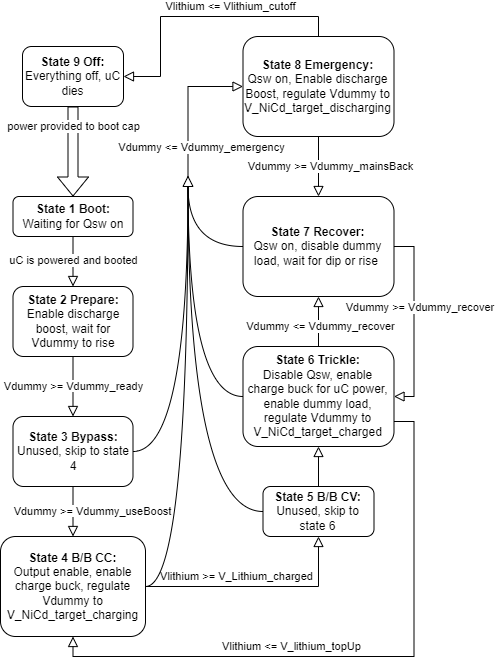
Above: 204IntefaceFlowchart.drawio.png in BStainthorpe/Flowcharts (draw.io), before the change. Source tidied: cells renumbered, new cells last; positions are measured from the earlier drawing's top-left corner, leaving out a move shared by most shapes. The source it was exported from:
```xml
<mxGraphModel>
  <root>
    <mxCell id="0" />
    <mxCell id="1" parent="0" />
    <mxCell id="2" style="rounded=0;html=1;jettySize=auto;fontSize=11;endArrow=block;endFill=0;endSize=8;strokeWidth=1;shadow=0;labelBackgroundColor=none;edgeStyle=orthogonalEdgeStyle;" parent="1" edge="1" source="4">
      <mxGeometry relative="1" as="geometry">
        <mxPoint x="72.5" y="270" as="targetPoint" />
      </mxGeometry>
    </mxCell>
    <mxCell id="3" value="uC is powered and booted" style="edgeLabel;html=1;align=center;verticalAlign=middle;" parent="2" vertex="1">
      <mxGeometry x="-0.07" y="1" relative="1" as="geometry">
        <mxPoint x="-1" as="offset" />
      </mxGeometry>
    </mxCell>
    <mxCell id="4" value="&lt;b&gt;State 1 Boot:&lt;/b&gt;&lt;div&gt;Waiting for Qsw on&lt;/div&gt;" style="rounded=1;whiteSpace=wrap;html=1;fontSize=12;glass=0;strokeWidth=1;shadow=0;" parent="1" vertex="1">
      <mxGeometry x="12.5" y="180" width="120" height="40" as="geometry" />
    </mxCell>
    <mxCell id="5" value="&lt;span style=&quot;background-color: rgb(255, 255, 255);&quot;&gt;Vdummy &amp;gt;= Vdummy_useBoost&lt;/span&gt;" style="rounded=0;html=1;jettySize=auto;fontSize=11;endArrow=block;endFill=0;endSize=8;strokeWidth=1;shadow=0;labelBackgroundColor=none;edgeStyle=orthogonalEdgeStyle;exitX=0.5;exitY=1;exitDx=0;exitDy=0;entryX=0.5;entryY=0;entryDx=0;entryDy=0;" parent="1" edge="1" source="8" target="9">
      <mxGeometry x="0.05" y="19" relative="1" as="geometry">
        <mxPoint y="-1" as="offset" />
      </mxGeometry>
    </mxCell>
    <mxCell id="6" value="&lt;span style=&quot;background-color: rgb(255, 255, 255);&quot;&gt;Vdummy &amp;gt;= Vdummy_ready&lt;/span&gt;" style="edgeStyle=orthogonalEdgeStyle;rounded=0;html=1;jettySize=auto;fontSize=11;endArrow=block;endFill=0;endSize=8;strokeWidth=1;shadow=0;labelBackgroundColor=none;entryX=0.5;entryY=0;entryDx=0;entryDy=0;exitX=0.5;exitY=1;exitDx=0;exitDy=0;" parent="1" edge="1" source="7" target="8">
      <mxGeometry relative="1" as="geometry" />
    </mxCell>
    <mxCell id="7" value="&lt;b&gt;State 2 Prepare:&lt;/b&gt;&lt;div&gt;Enable discharge boost, wait for Vdummy to rise&lt;/div&gt;" style="rounded=1;whiteSpace=wrap;html=1;fontSize=12;glass=0;strokeWidth=1;shadow=0;" parent="1" vertex="1">
      <mxGeometry x="12.5" y="270" width="120" height="70" as="geometry" />
    </mxCell>
    <mxCell id="8" value="&lt;b&gt;State 3 Bypass:&lt;/b&gt;&lt;div&gt;Unused, skip to state 4&lt;/div&gt;" style="rounded=1;whiteSpace=wrap;html=1;fontSize=12;glass=0;strokeWidth=1;shadow=0;" parent="1" vertex="1">
      <mxGeometry x="12.5" y="400" width="120" height="70" as="geometry" />
    </mxCell>
    <mxCell id="9" value="&lt;b&gt;State 4 B/B CC:&lt;/b&gt;&lt;div&gt;Output enable, enable charge buck, regulate Vdummy to V_NiCd_target_charging&lt;/div&gt;" style="rounded=1;whiteSpace=wrap;html=1;fontSize=12;glass=0;strokeWidth=1;shadow=0;" parent="1" vertex="1">
      <mxGeometry y="520" width="145" height="100" as="geometry" />
    </mxCell>
    <mxCell id="10" value="&lt;b&gt;State 5 B/B CV:&lt;/b&gt;&lt;div&gt;Unused, skip to state 6&lt;/div&gt;" style="rounded=1;whiteSpace=wrap;html=1;fontSize=12;glass=0;strokeWidth=1;shadow=0;" parent="1" vertex="1">
      <mxGeometry x="262.5" y="470" width="111" height="50" as="geometry" />
    </mxCell>
    <mxCell id="11" value="&lt;span style=&quot;background-color: rgb(255, 255, 255);&quot;&gt;Vlithium &amp;gt;= V_Lithium_charged&lt;/span&gt;" style="rounded=0;html=1;jettySize=auto;fontSize=11;endArrow=block;endFill=0;endSize=8;strokeWidth=1;shadow=0;labelBackgroundColor=none;edgeStyle=orthogonalEdgeStyle;exitX=1;exitY=0.5;exitDx=0;exitDy=0;entryX=0.5;entryY=1;entryDx=0;entryDy=0;" parent="1" edge="1" source="9" target="10">
      <mxGeometry x="-0.18" y="10" relative="1" as="geometry" />
    </mxCell>
    <mxCell id="12" value="&lt;b&gt;State 6 Trickle:&lt;/b&gt;&lt;div&gt;Disable Qsw, enable charge buck for uC power, enable dummy load, regulate Vdummy to V_NiCd_target_charged&lt;/div&gt;" style="rounded=1;whiteSpace=wrap;html=1;fontSize=12;glass=0;strokeWidth=1;shadow=0;" parent="1" vertex="1">
      <mxGeometry x="242.5" y="330" width="151" height="100" as="geometry" />
    </mxCell>
    <mxCell id="13" style="rounded=0;html=1;jettySize=auto;fontSize=11;endArrow=block;endFill=0;endSize=8;strokeWidth=1;shadow=0;labelBackgroundColor=none;edgeStyle=orthogonalEdgeStyle;exitX=0.5;exitY=0;exitDx=0;exitDy=0;entryX=0.5;entryY=1;entryDx=0;entryDy=0;" parent="1" edge="1" source="10" target="12">
      <mxGeometry x="0.04" y="20" relative="1" as="geometry" />
    </mxCell>
    <mxCell id="14" value="&lt;b&gt;State 7 Recover:&lt;/b&gt;&lt;div&gt;Qsw on, disable dummy load, wait for dip or rise&amp;nbsp;&lt;/div&gt;" style="rounded=1;whiteSpace=wrap;html=1;fontSize=12;glass=0;strokeWidth=1;shadow=0;" parent="1" vertex="1">
      <mxGeometry x="242.5" y="180" width="151" height="100" as="geometry" />
    </mxCell>
    <mxCell id="15" style="triangle;whiteSpace=wrap;html=1;rotation=-90;" parent="1" vertex="1">
      <mxGeometry x="182.5" y="160" width="10" height="10" as="geometry" />
    </mxCell>
    <mxCell id="16" style="edgeStyle=orthogonalEdgeStyle;rounded=0;html=1;jettySize=auto;fontSize=11;endArrow=none;endFill=0;strokeWidth=1;shadow=0;labelBackgroundColor=none;entryX=0;entryY=0.5;entryDx=0;entryDy=0;exitX=1;exitY=0.5;exitDx=0;exitDy=0;curved=1;" parent="1" edge="1" source="8" target="15">
      <mxGeometry relative="1" as="geometry" />
    </mxCell>
    <mxCell id="17" style="edgeStyle=orthogonalEdgeStyle;rounded=0;html=1;jettySize=auto;fontSize=11;endArrow=none;endFill=0;strokeWidth=1;shadow=0;labelBackgroundColor=none;exitX=1;exitY=0.5;exitDx=0;exitDy=0;curved=1;entryX=0;entryY=0.5;entryDx=0;entryDy=0;" parent="1" edge="1" source="9" target="15">
      <mxGeometry relative="1" as="geometry" />
    </mxCell>
    <mxCell id="18" style="edgeStyle=orthogonalEdgeStyle;rounded=0;html=1;jettySize=auto;fontSize=11;endArrow=none;endFill=0;strokeWidth=1;shadow=0;labelBackgroundColor=none;exitX=0;exitY=0.5;exitDx=0;exitDy=0;curved=1;entryX=0;entryY=0.5;entryDx=0;entryDy=0;" parent="1" edge="1" source="10" target="15">
      <mxGeometry relative="1" as="geometry" />
    </mxCell>
    <mxCell id="19" style="edgeStyle=orthogonalEdgeStyle;rounded=0;html=1;jettySize=auto;fontSize=11;endArrow=none;endFill=0;strokeWidth=1;shadow=0;labelBackgroundColor=none;exitX=0;exitY=0.5;exitDx=0;exitDy=0;curved=1;entryX=0;entryY=0.5;entryDx=0;entryDy=0;" parent="1" edge="1" source="12" target="15">
      <mxGeometry relative="1" as="geometry" />
    </mxCell>
    <mxCell id="20" value="&lt;b&gt;State 8 Emergency:&lt;/b&gt;&lt;div&gt;Qsw on, Enable discharge Boost, regulate Vdummy to V_NiCd_target_discharging&lt;/div&gt;" style="rounded=1;whiteSpace=wrap;html=1;fontSize=12;glass=0;strokeWidth=1;shadow=0;" parent="1" vertex="1">
      <mxGeometry x="242.5" y="20" width="151" height="100" as="geometry" />
    </mxCell>
    <mxCell id="21" style="rounded=0;html=1;jettySize=auto;fontSize=11;endArrow=block;endFill=0;endSize=8;strokeWidth=1;shadow=0;labelBackgroundColor=none;edgeStyle=orthogonalEdgeStyle;entryX=0;entryY=0.5;entryDx=0;entryDy=0;exitX=1;exitY=0.5;exitDx=0;exitDy=0;" parent="1" edge="1" source="15" target="20">
      <mxGeometry x="0.04" y="20" relative="1" as="geometry" />
    </mxCell>
    <mxCell id="22" value="Vdummy &amp;lt;= Vdummy_emergency" style="edgeLabel;html=1;align=center;verticalAlign=middle;" parent="21" vertex="1">
      <mxGeometry x="-0.09" relative="1" as="geometry">
        <mxPoint x="13" y="36" as="offset" />
      </mxGeometry>
    </mxCell>
    <mxCell id="23" style="edgeStyle=orthogonalEdgeStyle;rounded=0;html=1;jettySize=auto;fontSize=11;endArrow=none;endFill=0;strokeWidth=1;shadow=0;labelBackgroundColor=none;exitX=0;exitY=0.5;exitDx=0;exitDy=0;curved=1;entryX=0;entryY=0.5;entryDx=0;entryDy=0;" parent="1" edge="1" source="14" target="15">
      <mxGeometry relative="1" as="geometry" />
    </mxCell>
    <mxCell id="24" style="edgeStyle=orthogonalEdgeStyle;rounded=0;jettySize=auto;html=1;exitX=0.5;exitY=1;exitDx=0;exitDy=0;shape=flexArrow;" parent="1" edge="1" source="26" target="4">
      <mxGeometry relative="1" as="geometry" />
    </mxCell>
    <mxCell id="25" value="power provided to boot cap" style="edgeLabel;html=1;align=center;verticalAlign=middle;" parent="24" vertex="1">
      <mxGeometry x="0.03" y="-4" relative="1" as="geometry">
        <mxPoint x="4" y="-26" as="offset" />
      </mxGeometry>
    </mxCell>
    <mxCell id="26" value="&lt;b&gt;State 9 Off:&lt;/b&gt;&lt;div&gt;Everything off, uC dies&lt;/div&gt;" style="rounded=1;whiteSpace=wrap;html=1;fontSize=12;glass=0;strokeWidth=1;shadow=0;" parent="1" vertex="1">
      <mxGeometry x="22" y="30" width="101" height="60" as="geometry" />
    </mxCell>
    <mxCell id="27" style="rounded=0;html=1;jettySize=auto;fontSize=11;endArrow=block;endFill=0;endSize=8;strokeWidth=1;shadow=0;labelBackgroundColor=none;edgeStyle=orthogonalEdgeStyle;entryX=1;entryY=0.5;entryDx=0;entryDy=0;exitX=0.5;exitY=0;exitDx=0;exitDy=0;" parent="1" edge="1" source="20" target="26">
      <mxGeometry x="0.04" y="20" relative="1" as="geometry">
        <Array as="points">
          <mxPoint x="318" />
          <mxPoint x="160" />
          <mxPoint x="160" y="60" />
        </Array>
      </mxGeometry>
    </mxCell>
    <mxCell id="28" value="Vlithium &amp;lt;= Vlithium_cutoff" style="edgeLabel;html=1;align=center;verticalAlign=middle;" parent="27" vertex="1">
      <mxGeometry x="-0.09" relative="1" as="geometry">
        <mxPoint x="17" y="-10" as="offset" />
      </mxGeometry>
    </mxCell>
    <mxCell id="29" style="rounded=0;html=1;jettySize=auto;fontSize=11;endArrow=block;endFill=0;endSize=8;strokeWidth=1;shadow=0;labelBackgroundColor=none;edgeStyle=orthogonalEdgeStyle;entryX=0.5;entryY=0;entryDx=0;entryDy=0;exitX=0.5;exitY=1;exitDx=0;exitDy=0;" parent="1" edge="1" source="20" target="14">
      <mxGeometry x="0.04" y="20" relative="1" as="geometry" />
    </mxCell>
    <mxCell id="30" value="Vdummy &amp;gt;= Vdummy_mainsBack" style="edgeLabel;html=1;align=center;verticalAlign=middle;" parent="29" vertex="1">
      <mxGeometry x="-0.09" relative="1" as="geometry">
        <mxPoint x="12" y="2" as="offset" />
      </mxGeometry>
    </mxCell>
    <mxCell id="31" style="rounded=0;html=1;jettySize=auto;fontSize=11;endArrow=block;endFill=0;endSize=8;strokeWidth=1;shadow=0;labelBackgroundColor=none;edgeStyle=orthogonalEdgeStyle;entryX=1;entryY=0.5;entryDx=0;entryDy=0;exitX=1;exitY=0.5;exitDx=0;exitDy=0;" parent="1" edge="1" source="14" target="12">
      <mxGeometry x="0.04" y="20" relative="1" as="geometry" />
    </mxCell>
    <mxCell id="32" value="Vdummy &amp;gt;= Vdummy_recover&amp;nbsp;" style="edgeLabel;html=1;align=center;verticalAlign=middle;" parent="31" vertex="1">
      <mxGeometry x="-0.09" relative="1" as="geometry">
        <mxPoint x="7" y="-6" as="offset" />
      </mxGeometry>
    </mxCell>
    <mxCell id="33" style="rounded=0;html=1;jettySize=auto;fontSize=11;endArrow=block;endFill=0;endSize=8;strokeWidth=1;shadow=0;labelBackgroundColor=none;edgeStyle=orthogonalEdgeStyle;entryX=0.5;entryY=1;entryDx=0;entryDy=0;exitX=0.5;exitY=0;exitDx=0;exitDy=0;" parent="1" edge="1" source="12" target="14">
      <mxGeometry x="0.04" y="20" relative="1" as="geometry" />
    </mxCell>
    <mxCell id="34" value="Vdummy &amp;lt;= Vdummy_recover" style="edgeLabel;html=1;align=center;verticalAlign=middle;" parent="33" vertex="1">
      <mxGeometry x="-0.09" relative="1" as="geometry">
        <mxPoint x="2" y="2" as="offset" />
      </mxGeometry>
    </mxCell>
    <mxCell id="35" style="rounded=0;html=1;jettySize=auto;fontSize=11;endArrow=block;endFill=0;endSize=8;strokeWidth=1;shadow=0;labelBackgroundColor=none;edgeStyle=orthogonalEdgeStyle;entryX=0.5;entryY=1;entryDx=0;entryDy=0;exitX=1;exitY=0.75;exitDx=0;exitDy=0;" parent="1" edge="1" source="12" target="9">
      <mxGeometry x="0.04" y="20" relative="1" as="geometry" />
    </mxCell>
    <mxCell id="36" value="Vlithium &amp;lt;= V_lithium_topUp" style="edgeLabel;html=1;align=center;verticalAlign=middle;" parent="35" vertex="1">
      <mxGeometry x="-0.09" relative="1" as="geometry">
        <mxPoint x="-98" y="-10" as="offset" />
      </mxGeometry>
    </mxCell>
  </root>
</mxGraphModel>
```
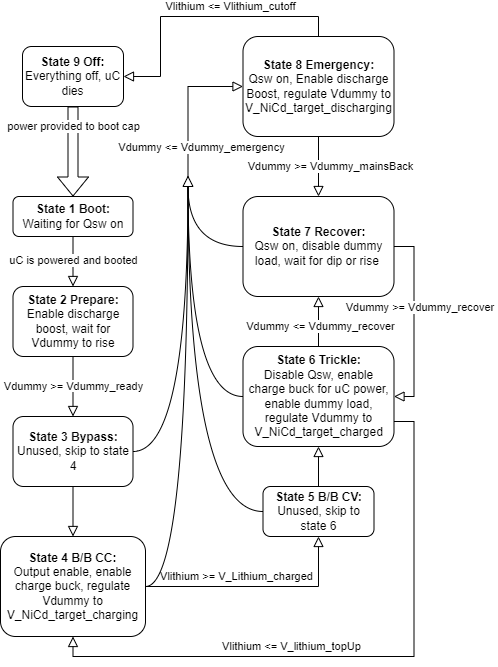
After the change.

Change to the diagram source:
```diff
@@ -15,7 +15,7 @@
     <mxCell id="4" value="&lt;b&gt;State 1 Boot:&lt;/b&gt;&lt;div&gt;Waiting for Qsw on&lt;/div&gt;" style="rounded=1;whiteSpace=wrap;html=1;fontSize=12;glass=0;strokeWidth=1;shadow=0;" parent="1" vertex="1">
       <mxGeometry x="12.5" y="180" width="120" height="40" as="geometry" />
     </mxCell>
-    <mxCell id="5" value="&lt;span style=&quot;background-color: rgb(255, 255, 255);&quot;&gt;Vdummy &amp;gt;= Vdummy_useBoost&lt;/span&gt;" style="rounded=0;html=1;jettySize=auto;fontSize=11;endArrow=block;endFill=0;endSize=8;strokeWidth=1;shadow=0;labelBackgroundColor=none;edgeStyle=orthogonalEdgeStyle;exitX=0.5;exitY=1;exitDx=0;exitDy=0;entryX=0.5;entryY=0;entryDx=0;entryDy=0;" parent="1" edge="1" source="8" target="9">
+    <mxCell id="5" style="rounded=0;html=1;jettySize=auto;fontSize=11;endArrow=block;endFill=0;endSize=8;strokeWidth=1;shadow=0;labelBackgroundColor=none;edgeStyle=orthogonalEdgeStyle;exitX=0.5;exitY=1;exitDx=0;exitDy=0;entryX=0.5;entryY=0;entryDx=0;entryDy=0;" parent="1" edge="1" source="8" target="9">
       <mxGeometry x="0.05" y="19" relative="1" as="geometry">
         <mxPoint y="-1" as="offset" />
       </mxGeometry>
```
